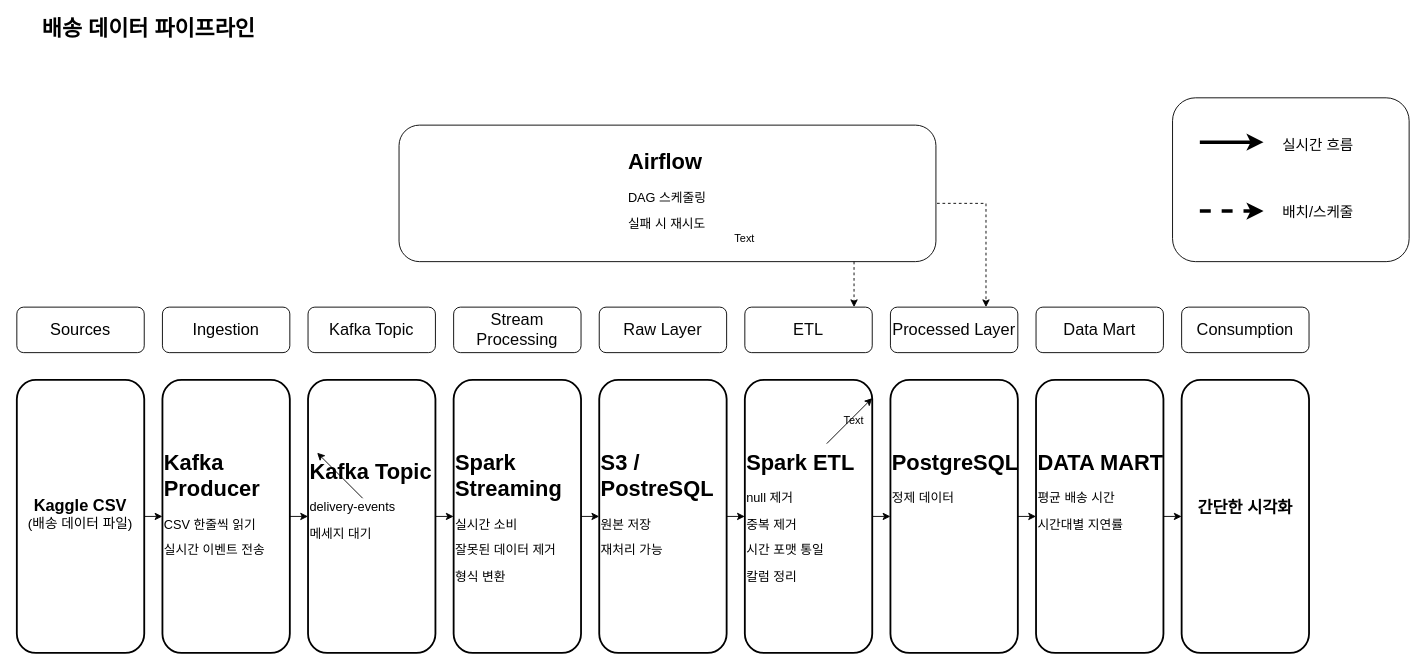
Before: logistics_architecture.drawio in soobin4753/logistics-streaming-pipeline, a draw.io diagram. Source tidied: cells renumbered, new cells numbered last; positions are measured from the earlier drawing's top-left corner, leaving out a move shared by most shapes. Both pictures are drawn from the tidied source at 91%, with x=0, y=0 at pixel (16, 15).
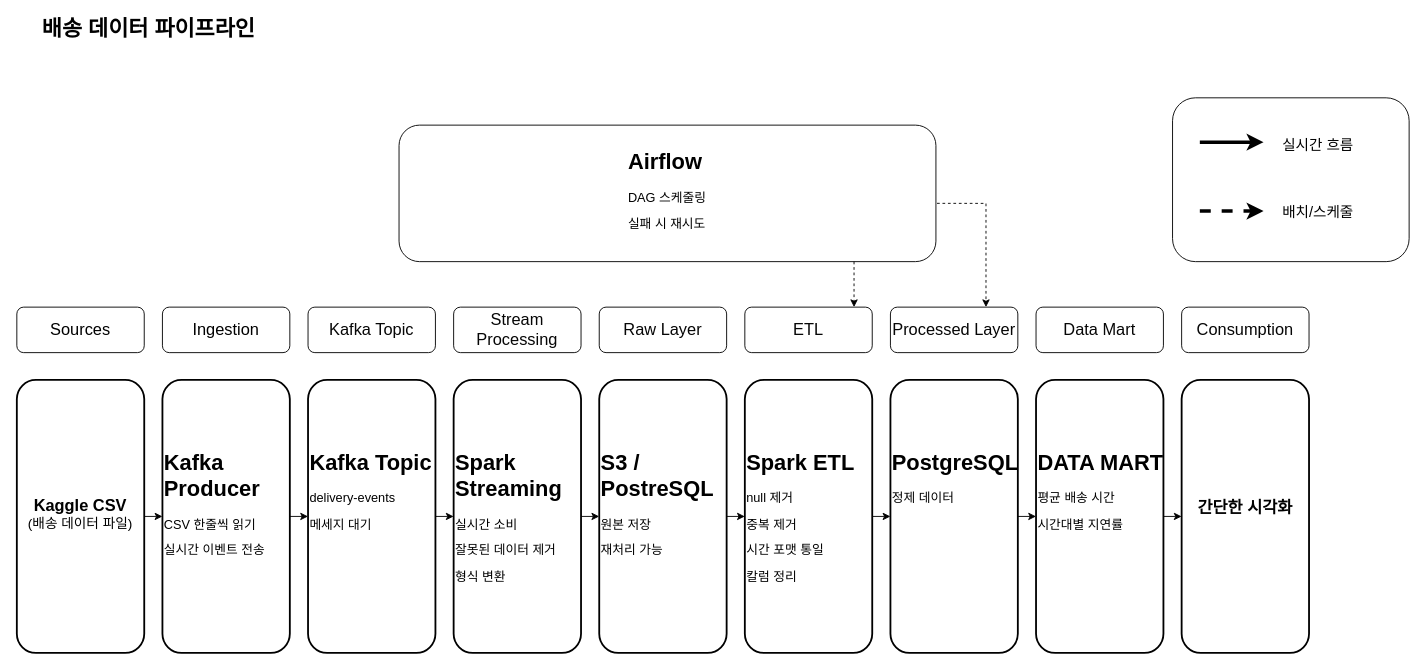
The same diagram, later.

Diff of the diagram source:
```diff
@@
-    <mxCell id="27" style="endArrow=classic;html=1;rounded=0;" parent="1" edge="1" source="41">
-      <mxGeometry relative="1" as="geometry">
-        <mxPoint x="430" y="480" as="targetPoint" />
-      </mxGeometry>
-    </mxCell>
@@
-    <mxCell id="40" style="endArrow=classic;html=1;rounded=0;" parent="1" edge="1" target="41">
-      <mxGeometry relative="1" as="geometry">
-        <mxPoint x="380" y="530" as="sourcePoint" />
-      </mxGeometry>
-    </mxCell>
     <mxCell id="41" value="&lt;h1 style=&quot;margin-top: 0px;&quot;&gt;&lt;font style=&quot;color: light-dark(rgb(0, 0, 0), rgb(0, 0, 0));&quot;&gt;&lt;font style=&quot;&quot;&gt;Kafka Topic&lt;/font&gt;&lt;span style=&quot;background-color: transparent; font-size: 12px; font-weight: normal;&quot;&gt;&amp;nbsp;&lt;/span&gt;&lt;/font&gt;&lt;/h1&gt;&lt;p&gt;&lt;font style=&quot;color: light-dark(rgb(0, 0, 0), rgb(0, 0, 0));&quot;&gt;&lt;span style=&quot;font-size: 14px;&quot;&gt;delivery-events&lt;/span&gt;&lt;/font&gt;&lt;/p&gt;&lt;p&gt;&lt;font style=&quot;color: light-dark(rgb(0, 0, 0), rgb(0, 0, 0));&quot;&gt;&lt;span style=&quot;font-size: 14px;&quot;&gt;메세지 대기&lt;/span&gt;&lt;/font&gt;&lt;/p&gt;&lt;p&gt;&lt;font style=&quot;color: light-dark(rgb(0, 0, 0), rgb(0, 0, 0));&quot;&gt;&lt;span style=&quot;font-size: 14px;&quot;&gt;&lt;br&gt;&lt;/span&gt;&lt;/font&gt;&lt;/p&gt;&lt;p&gt;&lt;font color=&quot;#000000&quot; style=&quot;font-size: 14px;&quot;&gt;&lt;br&gt;&lt;/font&gt;&lt;/p&gt;" style="text;html=1;whiteSpace=wrap;overflow=hidden;rounded=0;" parent="1" vertex="1">
-      <mxGeometry x="320" y="480" width="140" height="120" as="geometry" />
+      <mxGeometry x="320" y="470" width="140" height="120" as="geometry" />
     </mxCell>
@@
-    <mxCell id="53" style="endArrow=classic;html=1;rounded=0;" parent="1" edge="1">
-      <mxGeometry relative="1" as="geometry">
-        <mxPoint x="890" y="470" as="sourcePoint" />
-        <mxPoint x="940" y="420" as="targetPoint" />
-      </mxGeometry>
-    </mxCell>
@@
-    <mxCell id="56" value="Text" style="text;html=1;whiteSpace=wrap;strokeColor=none;fillColor=none;align=center;verticalAlign=middle;rounded=0;" parent="1" vertex="1">
-      <mxGeometry x="890" y="430" width="60" height="30" as="geometry" />
-    </mxCell>
@@
-    <mxCell id="59" value="Text" style="text;html=1;whiteSpace=wrap;strokeColor=none;fillColor=none;align=center;verticalAlign=middle;rounded=0;" parent="1" vertex="1">
-      <mxGeometry x="770" y="230" width="60" height="30" as="geometry" />
-    </mxCell>
```
